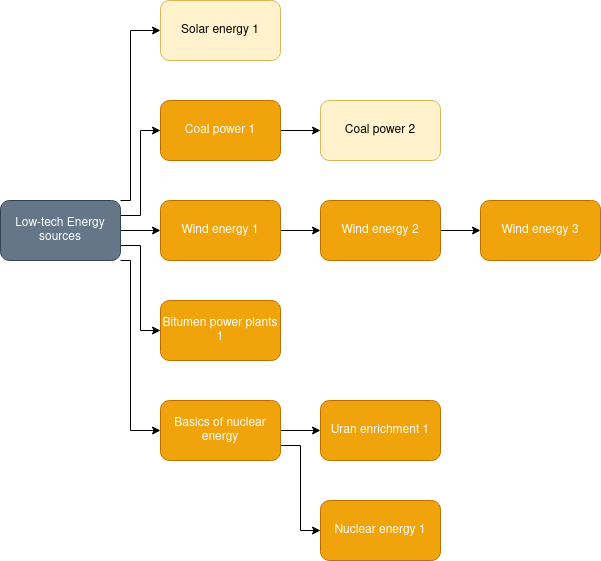
Before: resources/energy.png, a diagram exported from draw.io (cit1zen/workers-and-resources-community-tech-tree). Source tidied: cells renumbered, new cells last; positions are measured from the earlier drawing's top-left corner, leaving out a move shared by most shapes.
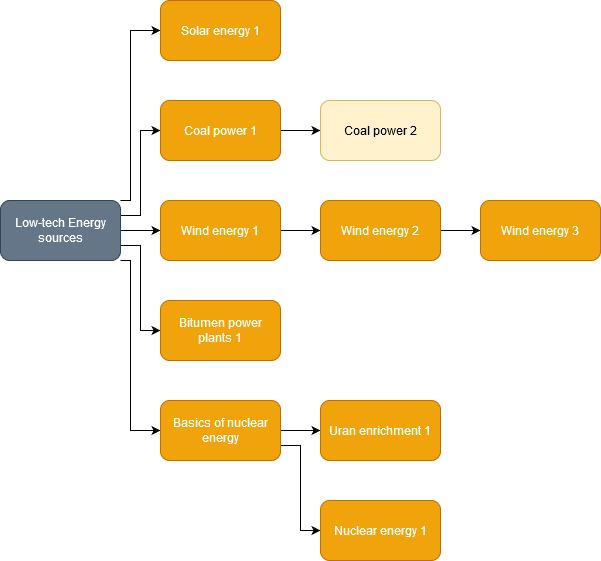
Above is the later version.

Change to the diagram source:
```diff
@@ -72,7 +72,7 @@
     <mxCell id="21" value="Nuclear energy 1" style="rounded=1;whiteSpace=wrap;html=1;fillColor=#f0a30a;strokeColor=#BD7000;fontColor=#ffffff;" parent="1" vertex="1">
       <mxGeometry x="320" y="500" width="120" height="60" as="geometry" />
     </mxCell>
-    <mxCell id="22" value="Solar energy 1" style="rounded=1;whiteSpace=wrap;html=1;fillColor=#fff2cc;strokeColor=#d6b656;" parent="1" vertex="1">
+    <mxCell id="22" value="Solar energy 1" style="rounded=1;whiteSpace=wrap;html=1;fillColor=#f0a30a;strokeColor=#BD7000;fontColor=#ffffff;" parent="1" vertex="1">
       <mxGeometry x="160" width="120" height="60" as="geometry" />
     </mxCell>
   </root>
```
